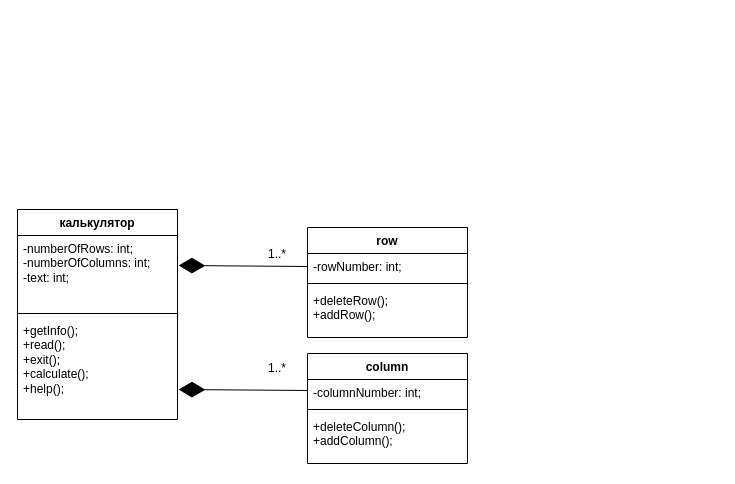
Earlier version of the draw.io diagram lr1ckass.drawio (DegWar5442/oop). Source tidied: cells renumbered, new cells numbered last; positions are measured from the earlier drawing's top-left corner, leaving out a move shared by most shapes. Both pictures are drawn from the tidied source at 100%, with x=0, y=0 at pixel (17, 209).
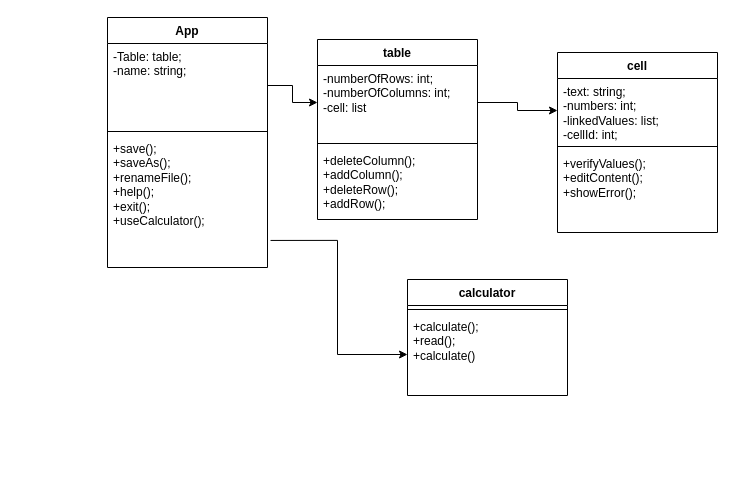
The same diagram, later.

Diff of the diagram source:
```diff
@@
 <mxGraphModel>
   <root>
     <mxCell id="0" />
     <mxCell id="1" parent="0" />
-    <mxCell id="2" value="калькулятор" style="swimlane;fontStyle=1;align=center;verticalAlign=top;horizontal=1;startSize=26;whiteSpace=wrap;html=1;" parent="1" vertex="1">
-      <mxGeometry width="160" height="210" as="geometry" />
-    </mxCell>
-    <mxCell id="3" value="-numberOfRows: int;&lt;br&gt;-numberOfColumns: int;&lt;br&gt;-text: int;&lt;br&gt;" style="text;strokeColor=none;fillColor=none;align=left;verticalAlign=top;spacingLeft=4;spacingRight=4;overflow=hidden;points=[[0,0.5],[1,0.5]];portConstraint=eastwest;whiteSpace=wrap;html=1;" parent="2" vertex="1">
-      <mxGeometry y="26" width="160" height="74" as="geometry" />
-    </mxCell>
+    <mxCell id="18" value="App" style="swimlane;fontStyle=1;align=center;verticalAlign=top;horizontal=1;startSize=26;whiteSpace=wrap;html=1;" parent="1" vertex="1">
+      <mxGeometry x="90" y="-192" width="160" height="250" as="geometry" />
+    </mxCell>
+    <mxCell id="19" value="-Table: table;&lt;br&gt;-name: string;&lt;br&gt;" style="text;strokeColor=none;fillColor=none;align=left;verticalAlign=top;spacingLeft=4;spacingRight=4;overflow=hidden;points=[[0,0.5],[1,0.5]];portConstraint=eastwest;whiteSpace=wrap;html=1;" parent="18" vertex="1">
+      <mxGeometry y="26" width="160" height="84" as="geometry" />
+    </mxCell>
+    <mxCell id="20" style="line;strokeWidth=1;fillColor=none;align=left;verticalAlign=middle;spacingTop=-1;spacingLeft=3;spacingRight=3;labelPosition=right;strokeColor=inherit;" parent="18" vertex="1">
+      <mxGeometry y="110" width="160" height="8" as="geometry" />
+    </mxCell>
+    <mxCell id="21" value="+save();&lt;br&gt;+saveAs();&lt;br&gt;+renameFile();&lt;br&gt;+help();&lt;br&gt;+exit();&lt;br&gt;+useCalculator();" style="text;strokeColor=none;fillColor=none;align=left;verticalAlign=top;spacingLeft=4;spacingRight=4;overflow=hidden;points=[[0,0.5],[1,0.5]];portConstraint=eastwest;whiteSpace=wrap;html=1;" parent="18" vertex="1">
+      <mxGeometry y="118" width="160" height="132" as="geometry" />
+    </mxCell>
+    <mxCell id="22" value="table" style="swimlane;fontStyle=1;align=center;verticalAlign=top;horizontal=1;startSize=26;whiteSpace=wrap;html=1;" parent="1" vertex="1">
+      <mxGeometry x="300" y="-170" width="160" height="180" as="geometry" />
+    </mxCell>
+    <mxCell id="23" value="-numberOfRows: int;&lt;br style=&quot;border-color: var(--border-color);&quot;&gt;-numberOfColumns: int;&lt;br&gt;-cell: list" style="text;strokeColor=none;fillColor=none;align=left;verticalAlign=top;spacingLeft=4;spacingRight=4;overflow=hidden;points=[[0,0.5],[1,0.5]];portConstraint=eastwest;whiteSpace=wrap;html=1;" parent="22" vertex="1">
+      <mxGeometry y="26" width="160" height="74" as="geometry" />
+    </mxCell>
-    <mxCell id="4" style="line;strokeWidth=1;fillColor=none;align=left;verticalAlign=middle;spacingTop=-1;spacingLeft=3;spacingRight=3;labelPosition=right;strokeColor=inherit;" parent="2" vertex="1">
+    <mxCell id="4" style="line;strokeWidth=1;fillColor=none;align=left;verticalAlign=middle;spacingTop=-1;spacingLeft=3;spacingRight=3;labelPosition=right;strokeColor=inherit;" parent="22" vertex="1">
       <mxGeometry y="100" width="160" height="8" as="geometry" />
     </mxCell>
-    <mxCell id="5" value="+getInfo();&lt;br&gt;+read();&lt;br&gt;+exit();&lt;br&gt;+calculate();&lt;br&gt;+help();&lt;br&gt;" style="text;strokeColor=none;fillColor=none;align=left;verticalAlign=top;spacingLeft=4;spacingRight=4;overflow=hidden;whiteSpace=wrap;html=1;" parent="2" vertex="1">
-      <mxGeometry y="108" width="160" height="102" as="geometry" />
-    </mxCell>
-    <mxCell id="6" style="endArrow=diamondThin;endFill=1;endSize=24;html=1;rounded=0;entryX=1.006;entryY=0.405;entryDx=0;entryDy=0;entryPerimeter=0;exitX=0;exitY=0.5;exitDx=0;exitDy=0;" parent="1" edge="1" source="8" target="3">
-      <mxGeometry relative="1" as="geometry" />
-    </mxCell>
-    <mxCell id="7" value="row" style="swimlane;fontStyle=1;align=center;verticalAlign=top;horizontal=1;startSize=26;whiteSpace=wrap;html=1;" parent="1" vertex="1">
-      <mxGeometry x="290" y="18" width="160" height="110" as="geometry" />
-    </mxCell>
-    <mxCell id="8" value="-rowNumber: int;&lt;br&gt;" style="text;strokeColor=none;fillColor=none;align=left;verticalAlign=top;spacingLeft=4;spacingRight=4;overflow=hidden;points=[[0,0.5],[1,0.5]];portConstraint=eastwest;whiteSpace=wrap;html=1;" parent="7" vertex="1">
-      <mxGeometry y="26" width="160" height="26" as="geometry" />
-    </mxCell>
-    <mxCell id="9" style="line;strokeWidth=1;fillColor=none;align=left;verticalAlign=middle;spacingTop=-1;spacingLeft=3;spacingRight=3;labelPosition=right;strokeColor=inherit;" parent="7" vertex="1">
-      <mxGeometry y="52" width="160" height="8" as="geometry" />
-    </mxCell>
-    <mxCell id="10" value="+deleteRow();&lt;br&gt;+addRow();" style="text;strokeColor=none;fillColor=none;align=left;verticalAlign=top;spacingLeft=4;spacingRight=4;overflow=hidden;whiteSpace=wrap;html=1;" parent="7" vertex="1">
-      <mxGeometry y="60" width="160" height="50" as="geometry" />
-    </mxCell>
-    <mxCell id="11" value="column" style="swimlane;fontStyle=1;align=center;verticalAlign=top;horizontal=1;startSize=26;whiteSpace=wrap;html=1;" parent="1" vertex="1">
-      <mxGeometry x="290" y="144" width="160" height="110" as="geometry" />
-    </mxCell>
-    <mxCell id="12" value="-columnNumber: int;" style="text;strokeColor=none;fillColor=none;align=left;verticalAlign=top;spacingLeft=4;spacingRight=4;overflow=hidden;whiteSpace=wrap;html=1;" parent="11" vertex="1">
-      <mxGeometry y="26" width="160" height="26" as="geometry" />
-    </mxCell>
-    <mxCell id="13" style="line;strokeWidth=1;fillColor=none;align=left;verticalAlign=middle;spacingTop=-1;spacingLeft=3;spacingRight=3;labelPosition=right;strokeColor=inherit;" parent="11" vertex="1">
-      <mxGeometry y="52" width="160" height="8" as="geometry" />
-    </mxCell>
-    <mxCell id="14" value="+deleteColumn();&lt;br&gt;+addColumn();" style="text;strokeColor=none;fillColor=none;align=left;verticalAlign=top;spacingLeft=4;spacingRight=4;overflow=hidden;whiteSpace=wrap;html=1;" parent="11" vertex="1">
-      <mxGeometry y="60" width="160" height="50" as="geometry" />
-    </mxCell>
-    <mxCell id="15" style="endArrow=diamondThin;endFill=1;endSize=24;html=1;rounded=0;entryX=1.006;entryY=0.405;entryDx=0;entryDy=0;entryPerimeter=0;exitX=0;exitY=0.5;exitDx=0;exitDy=0;" parent="1" edge="1">
-      <mxGeometry relative="1" as="geometry">
-        <mxPoint x="290" y="181" as="sourcePoint" />
-        <mxPoint x="161" y="180" as="targetPoint" />
-      </mxGeometry>
-    </mxCell>
-    <mxCell id="16" value="1..*" style="text;html=1;strokeColor=none;fillColor=none;align=center;verticalAlign=middle;whiteSpace=wrap;rounded=0;" parent="1" vertex="1">
-      <mxGeometry x="230" y="30" width="60" height="30" as="geometry" />
-    </mxCell>
-    <mxCell id="17" value="1..*" style="text;html=1;strokeColor=none;fillColor=none;align=center;verticalAlign=middle;whiteSpace=wrap;rounded=0;" parent="1" vertex="1">
-      <mxGeometry x="230" y="144" width="60" height="30" as="geometry" />
-    </mxCell>
+    <mxCell id="24" value="+deleteColumn();&lt;br style=&quot;border-color: var(--border-color);&quot;&gt;+addColumn();&lt;br style=&quot;border-color: var(--border-color);&quot;&gt;+deleteRow();&lt;br style=&quot;border-color: var(--border-color);&quot;&gt;+addRow();" style="text;strokeColor=none;fillColor=none;align=left;verticalAlign=top;spacingLeft=4;spacingRight=4;overflow=hidden;whiteSpace=wrap;html=1;" parent="22" vertex="1">
+      <mxGeometry y="108" width="160" height="72" as="geometry" />
+    </mxCell>
+    <mxCell id="25" value="calculator" style="swimlane;fontStyle=1;align=center;verticalAlign=top;horizontal=1;startSize=26;whiteSpace=wrap;html=1;" parent="1" vertex="1">
+      <mxGeometry x="390" y="70" width="160" height="116" as="geometry" />
+    </mxCell>
+    <mxCell id="26" style="line;strokeWidth=1;fillColor=none;align=left;verticalAlign=middle;spacingTop=-1;spacingLeft=3;spacingRight=3;labelPosition=right;strokeColor=inherit;" parent="25" vertex="1">
+      <mxGeometry y="26" width="160" height="8" as="geometry" />
+    </mxCell>
+    <mxCell id="27" value="+calculate();&lt;br&gt;+read();&lt;br style=&quot;border-color: var(--border-color);&quot;&gt;+calculate()" style="text;strokeColor=none;fillColor=none;align=left;verticalAlign=top;spacingLeft=4;spacingRight=4;overflow=hidden;points=[[0,0.5],[1,0.5]];portConstraint=eastwest;whiteSpace=wrap;html=1;" parent="25" vertex="1">
+      <mxGeometry y="34" width="160" height="82" as="geometry" />
+    </mxCell>
+    <mxCell id="28" style="edgeStyle=orthogonalEdgeStyle;rounded=0;jettySize=auto;html=1;exitX=1.019;exitY=0.795;exitDx=0;exitDy=0;exitPerimeter=0;" parent="1" edge="1" source="21" target="27">
+      <mxGeometry relative="1" as="geometry" />
+    </mxCell>
+    <mxCell id="29" value="cell" style="swimlane;fontStyle=1;align=center;verticalAlign=top;horizontal=1;startSize=26;whiteSpace=wrap;html=1;" parent="1" vertex="1">
+      <mxGeometry x="540" y="-157" width="160" height="180" as="geometry" />
+    </mxCell>
+    <mxCell id="30" value="-text: string;&lt;br&gt;-numbers: int;&lt;br&gt;-linkedValues: list;&lt;br&gt;-cellId: int;" style="text;strokeColor=none;fillColor=none;align=left;verticalAlign=top;spacingLeft=4;spacingRight=4;overflow=hidden;points=[[0,0.5],[1,0.5]];portConstraint=eastwest;whiteSpace=wrap;html=1;" parent="29" vertex="1">
+      <mxGeometry y="26" width="160" height="64" as="geometry" />
+    </mxCell>
+    <mxCell id="31" style="line;strokeWidth=1;fillColor=none;align=left;verticalAlign=middle;spacingTop=-1;spacingLeft=3;spacingRight=3;labelPosition=right;strokeColor=inherit;" parent="29" vertex="1">
+      <mxGeometry y="90" width="160" height="8" as="geometry" />
+    </mxCell>
+    <mxCell id="32" value="+verifyValues();&lt;br&gt;+editContent();&lt;br&gt;+showError();&lt;br&gt;" style="text;strokeColor=none;fillColor=none;align=left;verticalAlign=top;spacingLeft=4;spacingRight=4;overflow=hidden;whiteSpace=wrap;html=1;" parent="29" vertex="1">
+      <mxGeometry y="98" width="160" height="82" as="geometry" />
+    </mxCell>
+    <mxCell id="33" style="edgeStyle=orthogonalEdgeStyle;rounded=0;jettySize=auto;html=1;" parent="1" edge="1" source="19" target="23">
+      <mxGeometry relative="1" as="geometry" />
+    </mxCell>
+    <mxCell id="34" style="edgeStyle=orthogonalEdgeStyle;rounded=0;jettySize=auto;html=1;" parent="1" edge="1" source="23" target="30">
+      <mxGeometry relative="1" as="geometry" />
+    </mxCell>
   </root>
 </mxGraphModel>
```
